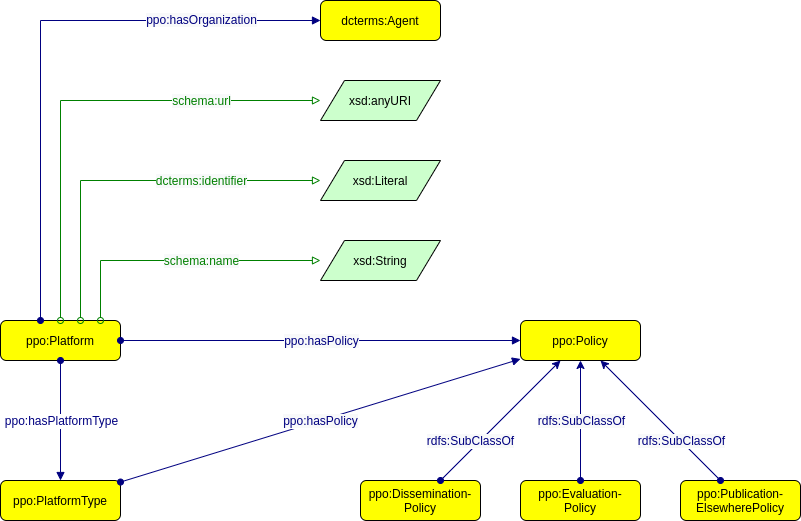
CWTSLeiden/Journal-Observatory-data keeps this draw.io diagram as ontology/img/ppo_ontology-Platform.drawio.png. Above is the earlier version. Source tidied: cells renumbered, new cells last; positions are measured from the earlier drawing's top-left corner, leaving out a move shared by most shapes. The source it was exported from:
```xml
<mxGraphModel>
  <root>
    <mxCell id="0" />
    <mxCell id="1" parent="0" />
    <mxCell id="2" value="ppo:Platform" style="graphMlID=n4;shape=rect;rounded=1;arcsize=30;fillColor=#ffff00;strokeColor=#000000;strokeWidth=1.0;" parent="1" vertex="1">
      <mxGeometry y="320" width="120" height="40" as="geometry" />
    </mxCell>
    <mxCell id="3" value="xsd:Literal" style="graphMlID=n6;shape=parallelogram;fillColor=#ccffcc;strokeColor=#000000;strokeWidth=1.0;" parent="1" vertex="1">
      <mxGeometry x="320" y="160" width="120" height="40" as="geometry" />
    </mxCell>
    <mxCell id="4" style="graphMlID=e2;rounded=0;endArrow=block;strokeColor=#008000;strokeWidth=1.0;startArrow=oval;startFill=0;endFill=0;edgeStyle=orthogonalEdgeStyle;" parent="1" edge="1" source="2" target="3">
      <mxGeometry relative="1" as="geometry">
        <Array as="points">
          <mxPoint x="80" y="180" />
        </Array>
      </mxGeometry>
    </mxCell>
    <mxCell id="5" value="&lt;span style=&quot;color: rgb(0, 128, 0); font-size: 12px; background-color: rgb(248, 249, 250);&quot;&gt;dcterms:identifier&lt;/span&gt;" style="text;html=1;align=center;verticalAlign=middle;labelBackgroundColor=#ffffff;fontSize=12;fontFamily=Helvetica;" parent="4" vertex="1">
      <mxGeometry relative="1" as="geometry">
        <mxPoint x="70" as="offset" />
      </mxGeometry>
    </mxCell>
    <mxCell id="6" value="xsd:anyURI" style="graphMlID=n6;shape=parallelogram;fillColor=#ccffcc;strokeColor=#000000;strokeWidth=1.0;" parent="1" vertex="1">
      <mxGeometry x="320" y="80" width="120" height="40" as="geometry" />
    </mxCell>
    <mxCell id="7" value="xsd:String" style="graphMlID=n6;shape=parallelogram;fillColor=#ccffcc;strokeColor=#000000;strokeWidth=1.0;" parent="1" vertex="1">
      <mxGeometry x="320" y="240" width="120" height="40" as="geometry" />
    </mxCell>
    <mxCell id="8" style="graphMlID=e2;rounded=0;endArrow=block;strokeColor=#008000;strokeWidth=1.0;startArrow=oval;startFill=0;endFill=0;align=center;edgeStyle=orthogonalEdgeStyle;" parent="1" edge="1" source="2" target="6">
      <mxGeometry relative="1" as="geometry">
        <Array as="points">
          <mxPoint x="60" y="100" />
        </Array>
      </mxGeometry>
    </mxCell>
    <mxCell id="9" value="&lt;span style=&quot;color: rgb(0, 128, 0); font-size: 12px; background-color: rgb(248, 249, 250);&quot;&gt;schema:url&lt;/span&gt;" style="text;html=1;align=center;verticalAlign=middle;labelBackgroundColor=#ffffff;fontSize=12;fontFamily=Helvetica;" parent="8" vertex="1">
      <mxGeometry relative="1" as="geometry">
        <mxPoint x="120" as="offset" />
      </mxGeometry>
    </mxCell>
    <mxCell id="10" style="graphMlID=e2;rounded=0;endArrow=block;strokeColor=#008000;strokeWidth=1.0;startArrow=oval;startFill=0;endFill=0;align=center;edgeStyle=orthogonalEdgeStyle;" parent="1" edge="1" source="2" target="7">
      <mxGeometry relative="1" as="geometry">
        <Array as="points">
          <mxPoint x="100" y="260" />
        </Array>
      </mxGeometry>
    </mxCell>
    <mxCell id="11" value="&lt;span style=&quot;color: rgb(0, 128, 0); font-size: 12px; background-color: rgb(248, 249, 250);&quot;&gt;schema:name&lt;br&gt;&lt;/span&gt;" style="text;html=1;align=center;verticalAlign=middle;labelBackgroundColor=#ffffff;fontSize=12;fontFamily=Helvetica;" parent="10" vertex="1">
      <mxGeometry relative="1" as="geometry">
        <mxPoint x="20" as="offset" />
      </mxGeometry>
    </mxCell>
    <mxCell id="12" value="dcterms:Agent" style="graphMlID=n4;shape=rect;rounded=1;arcsize=30;fillColor=#ffff00;strokeColor=#000000;strokeWidth=1.0;fontFamily=Helvetica;" parent="1" vertex="1">
      <mxGeometry x="320" width="120" height="40" as="geometry" />
    </mxCell>
    <mxCell id="13" style="graphMlID=e0;rounded=0;endArrow=block;strokeColor=#000080;strokeWidth=1.0;startArrow=oval;startFill=1;endFill=1;fontFamily=Helvetica;align=center;edgeStyle=orthogonalEdgeStyle;" parent="1" edge="1" source="2" target="12">
      <mxGeometry relative="1" as="geometry">
        <Array as="points">
          <mxPoint x="40" y="20" />
        </Array>
      </mxGeometry>
    </mxCell>
    <mxCell id="14" value="&lt;font color=&quot;#000080&quot; style=&quot;font-size: 12px;&quot;&gt;&lt;span style=&quot;font-size: 12px; background-color: rgb(248, 249, 250);&quot;&gt;ppo:hasOrganization&lt;/span&gt;&lt;/font&gt;" style="text;html=1;align=center;verticalAlign=middle;labelBackgroundColor=#ffffff;fontSize=12;fontFamily=Helvetica;" parent="13" vertex="1">
      <mxGeometry relative="1" as="geometry">
        <mxPoint x="160" y="-11" as="offset" />
      </mxGeometry>
    </mxCell>
    <mxCell id="15" value="ppo:PlatformType" style="graphMlID=n4;shape=rect;rounded=1;arcsize=30;fillColor=#ffff00;strokeColor=#000000;strokeWidth=1.0;" parent="1" vertex="1">
      <mxGeometry y="480" width="120" height="40" as="geometry" />
    </mxCell>
    <mxCell id="16" style="graphMlID=e0;rounded=0;endArrow=block;strokeColor=#000080;strokeWidth=1.0;startArrow=oval;startFill=1;endFill=1;fontFamily=Helvetica;fontSize=12;" parent="1" edge="1" source="2" target="15">
      <mxGeometry relative="1" as="geometry" />
    </mxCell>
    <mxCell id="17" value="ppo:hasPlatformType" style="edgeLabel;html=1;align=center;verticalAlign=middle;fontSize=12;fontFamily=Helvetica;fontColor=#000080;" parent="16" vertex="1">
      <mxGeometry relative="1" as="geometry" />
    </mxCell>
    <mxCell id="18" style="graphMlID=e0;rounded=0;endArrow=block;strokeColor=#000080;strokeWidth=1.0;startArrow=oval;startFill=1;endFill=1;fontFamily=Helvetica;fontSize=11;" parent="1" edge="1" source="15" target="22">
      <mxGeometry relative="1" as="geometry" />
    </mxCell>
    <mxCell id="19" value="&lt;span style=&quot;color: rgb(0, 0, 128); font-size: 12px; background-color: rgb(248, 249, 250);&quot;&gt;ppo:hasPolicy&lt;/span&gt;" style="text;html=1;align=center;verticalAlign=middle;labelBackgroundColor=#ffffff;fontSize=12;fontFamily=Helvetica;" parent="18" vertex="1">
      <mxGeometry relative="1" as="geometry" />
    </mxCell>
    <mxCell id="20" value="ppo:Evaluation-&#10;Policy" style="graphMlID=n4;shape=rect;rounded=1;arcsize=30;fillColor=#ffff00;strokeColor=#000000;strokeWidth=1.0;" parent="1" vertex="1">
      <mxGeometry x="520" y="480" width="120" height="40" as="geometry" />
    </mxCell>
    <mxCell id="21" value="ppo:Publication-&#10;ElsewherePolicy" style="graphMlID=n4;shape=rect;rounded=1;arcsize=30;fillColor=#ffff00;strokeColor=#000000;strokeWidth=1.0;" parent="1" vertex="1">
      <mxGeometry x="680" y="480" width="120" height="40" as="geometry" />
    </mxCell>
    <mxCell id="22" value="ppo:Policy" style="graphMlID=n4;shape=rect;rounded=1;arcsize=30;fillColor=#ffff00;strokeColor=#000000;strokeWidth=1.0;" parent="1" vertex="1">
      <mxGeometry x="520" y="320" width="120" height="40" as="geometry" />
    </mxCell>
    <mxCell id="23" value="ppo:Dissemination-&#10;Policy" style="graphMlID=n4;shape=rect;rounded=1;arcsize=30;fillColor=#ffff00;strokeColor=#000000;strokeWidth=1.0;" parent="1" vertex="1">
      <mxGeometry x="360" y="480" width="120" height="40" as="geometry" />
    </mxCell>
    <mxCell id="24" style="graphMlID=e0;rounded=0;endArrow=oval;strokeColor=#000080;strokeWidth=1.0;startArrow=classic;startFill=1;endFill=1;fontFamily=Helvetica;fontSize=11;" parent="1" edge="1" source="22" target="23">
      <mxGeometry relative="1" as="geometry" />
    </mxCell>
    <mxCell id="25" value="&lt;span style=&quot;color: rgb(0, 0, 128); font-size: 12px; background-color: rgb(248, 249, 250);&quot;&gt;rdfs:SubClassOf&lt;/span&gt;" style="text;html=1;align=center;verticalAlign=middle;labelBackgroundColor=#ffffff;fontSize=12;fontFamily=Helvetica;" parent="24" vertex="1">
      <mxGeometry relative="1" as="geometry">
        <mxPoint x="-30" y="20" as="offset" />
      </mxGeometry>
    </mxCell>
    <mxCell id="26" style="graphMlID=e0;rounded=0;endArrow=oval;strokeColor=#000080;strokeWidth=1.0;startArrow=classic;startFill=1;endFill=1;fontFamily=Helvetica;fontSize=11;" parent="1" edge="1" source="22" target="21">
      <mxGeometry relative="1" as="geometry" />
    </mxCell>
    <mxCell id="27" value="&lt;span style=&quot;color: rgb(0, 0, 128); font-size: 12px; background-color: rgb(248, 249, 250);&quot;&gt;rdfs:SubClassOf&lt;/span&gt;" style="text;html=1;align=center;verticalAlign=middle;labelBackgroundColor=#ffffff;fontSize=12;fontFamily=Helvetica;" parent="26" vertex="1">
      <mxGeometry relative="1" as="geometry">
        <mxPoint x="20" y="20" as="offset" />
      </mxGeometry>
    </mxCell>
    <mxCell id="28" style="graphMlID=e0;rounded=0;endArrow=oval;strokeColor=#000080;strokeWidth=1.0;startArrow=classic;startFill=1;endFill=1;fontFamily=Helvetica;fontSize=11;" parent="1" edge="1" source="22" target="20">
      <mxGeometry relative="1" as="geometry" />
    </mxCell>
    <mxCell id="29" value="&lt;span style=&quot;color: rgb(0, 0, 128); font-size: 12px; background-color: rgb(248, 249, 250);&quot;&gt;rdfs:SubClassOf&lt;/span&gt;" style="text;html=1;align=center;verticalAlign=middle;labelBackgroundColor=#ffffff;fontSize=12;fontFamily=Helvetica;" parent="28" vertex="1">
      <mxGeometry relative="1" as="geometry" />
    </mxCell>
    <mxCell id="30" style="graphMlID=e0;rounded=0;endArrow=block;strokeColor=#000080;strokeWidth=1.0;startArrow=oval;startFill=1;endFill=1;fontFamily=Helvetica;fontSize=11;" parent="1" edge="1" source="2" target="22">
      <mxGeometry relative="1" as="geometry" />
    </mxCell>
    <mxCell id="31" value="&lt;span style=&quot;color: rgb(0, 0, 128); font-size: 12px; background-color: rgb(248, 249, 250);&quot;&gt;ppo:hasPolicy&lt;/span&gt;" style="text;html=1;align=center;verticalAlign=middle;labelBackgroundColor=#ffffff;fontSize=12;fontFamily=Helvetica;" parent="30" vertex="1">
      <mxGeometry relative="1" as="geometry" />
    </mxCell>
  </root>
</mxGraphModel>
```
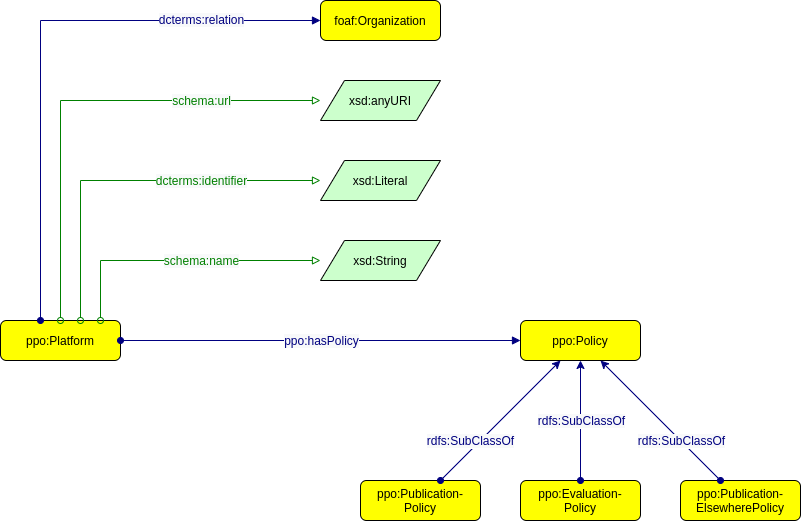
After the change.

Commit message:
update ontology schemas

Change to the diagram source:
```diff
@@ -50,7 +50,7 @@
         <mxPoint x="20" as="offset" />
       </mxGeometry>
     </mxCell>
-    <mxCell id="12" value="dcterms:Agent" style="graphMlID=n4;shape=rect;rounded=1;arcsize=30;fillColor=#ffff00;strokeColor=#000000;strokeWidth=1.0;fontFamily=Helvetica;" parent="1" vertex="1">
+    <mxCell id="12" value="foaf:Organization" style="graphMlID=n4;shape=rect;rounded=1;arcsize=30;fillColor=#ffff00;strokeColor=#000000;strokeWidth=1.0;fontFamily=Helvetica;" parent="1" vertex="1">
       <mxGeometry x="320" width="120" height="40" as="geometry" />
     </mxCell>
     <mxCell id="13" style="graphMlID=e0;rounded=0;endArrow=block;strokeColor=#000080;strokeWidth=1.0;startArrow=oval;startFill=1;endFill=1;fontFamily=Helvetica;align=center;edgeStyle=orthogonalEdgeStyle;" parent="1" edge="1" source="2" target="12">
@@ -60,26 +60,11 @@
         </Array>
       </mxGeometry>
     </mxCell>
-    <mxCell id="14" value="&lt;font color=&quot;#000080&quot; style=&quot;font-size: 12px;&quot;&gt;&lt;span style=&quot;font-size: 12px; background-color: rgb(248, 249, 250);&quot;&gt;ppo:hasOrganization&lt;/span&gt;&lt;/font&gt;" style="text;html=1;align=center;verticalAlign=middle;labelBackgroundColor=#ffffff;fontSize=12;fontFamily=Helvetica;" parent="13" vertex="1">
+    <mxCell id="14" value="&lt;font color=&quot;#000080&quot; style=&quot;font-size: 12px;&quot;&gt;&lt;span style=&quot;font-size: 12px; background-color: rgb(248, 249, 250);&quot;&gt;dcterms:relation&lt;/span&gt;&lt;/font&gt;" style="text;html=1;align=center;verticalAlign=middle;labelBackgroundColor=#ffffff;fontSize=12;fontFamily=Helvetica;" parent="13" vertex="1">
       <mxGeometry relative="1" as="geometry">
         <mxPoint x="160" y="-11" as="offset" />
       </mxGeometry>
     </mxCell>
-    <mxCell id="15" value="ppo:PlatformType" style="graphMlID=n4;shape=rect;rounded=1;arcsize=30;fillColor=#ffff00;strokeColor=#000000;strokeWidth=1.0;" parent="1" vertex="1">
-      <mxGeometry y="480" width="120" height="40" as="geometry" />
-    </mxCell>
-    <mxCell id="16" style="graphMlID=e0;rounded=0;endArrow=block;strokeColor=#000080;strokeWidth=1.0;startArrow=oval;startFill=1;endFill=1;fontFamily=Helvetica;fontSize=12;" parent="1" edge="1" source="2" target="15">
-      <mxGeometry relative="1" as="geometry" />
-    </mxCell>
-    <mxCell id="17" value="ppo:hasPlatformType" style="edgeLabel;html=1;align=center;verticalAlign=middle;fontSize=12;fontFamily=Helvetica;fontColor=#000080;" parent="16" vertex="1">
-      <mxGeometry relative="1" as="geometry" />
-    </mxCell>
-    <mxCell id="18" style="graphMlID=e0;rounded=0;endArrow=block;strokeColor=#000080;strokeWidth=1.0;startArrow=oval;startFill=1;endFill=1;fontFamily=Helvetica;fontSize=11;" parent="1" edge="1" source="15" target="22">
-      <mxGeometry relative="1" as="geometry" />
-    </mxCell>
-    <mxCell id="19" value="&lt;span style=&quot;color: rgb(0, 0, 128); font-size: 12px; background-color: rgb(248, 249, 250);&quot;&gt;ppo:hasPolicy&lt;/span&gt;" style="text;html=1;align=center;verticalAlign=middle;labelBackgroundColor=#ffffff;fontSize=12;fontFamily=Helvetica;" parent="18" vertex="1">
-      <mxGeometry relative="1" as="geometry" />
-    </mxCell>
     <mxCell id="20" value="ppo:Evaluation-&#10;Policy" style="graphMlID=n4;shape=rect;rounded=1;arcsize=30;fillColor=#ffff00;strokeColor=#000000;strokeWidth=1.0;" parent="1" vertex="1">
       <mxGeometry x="520" y="480" width="120" height="40" as="geometry" />
     </mxCell>
@@ -89,7 +74,7 @@
     <mxCell id="22" value="ppo:Policy" style="graphMlID=n4;shape=rect;rounded=1;arcsize=30;fillColor=#ffff00;strokeColor=#000000;strokeWidth=1.0;" parent="1" vertex="1">
       <mxGeometry x="520" y="320" width="120" height="40" as="geometry" />
     </mxCell>
-    <mxCell id="23" value="ppo:Dissemination-&#10;Policy" style="graphMlID=n4;shape=rect;rounded=1;arcsize=30;fillColor=#ffff00;strokeColor=#000000;strokeWidth=1.0;" parent="1" vertex="1">
+    <mxCell id="23" value="ppo:Publication-&#10;Policy" style="graphMlID=n4;shape=rect;rounded=1;arcsize=30;fillColor=#ffff00;strokeColor=#000000;strokeWidth=1.0;" parent="1" vertex="1">
       <mxGeometry x="360" y="480" width="120" height="40" as="geometry" />
     </mxCell>
     <mxCell id="24" style="graphMlID=e0;rounded=0;endArrow=oval;strokeColor=#000080;strokeWidth=1.0;startArrow=classic;startFill=1;endFill=1;fontFamily=Helvetica;fontSize=11;" parent="1" edge="1" source="22" target="23">
```
